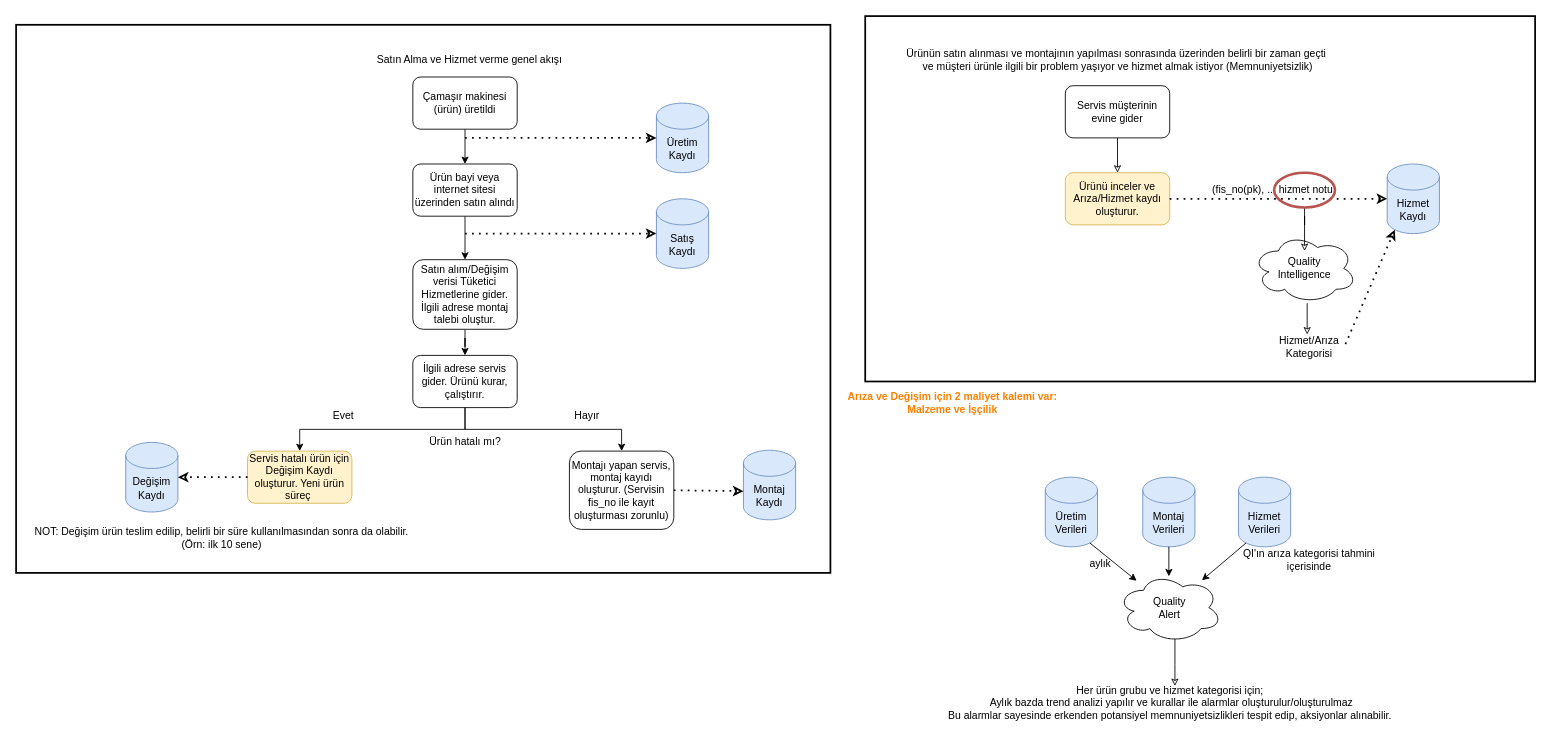
EgehanEralp/diagrams keeps this draw.io diagram as qualityAlert_BusinessImpactAnalysis.drawio. Above is the earlier version. Source tidied: cells renumbered, new cells numbered last; positions are measured from the earlier drawing's top-left corner, leaving out a move shared by most shapes. Both pictures are drawn from the tidied source at 87%, with x=0, y=0 at pixel (16, 16).
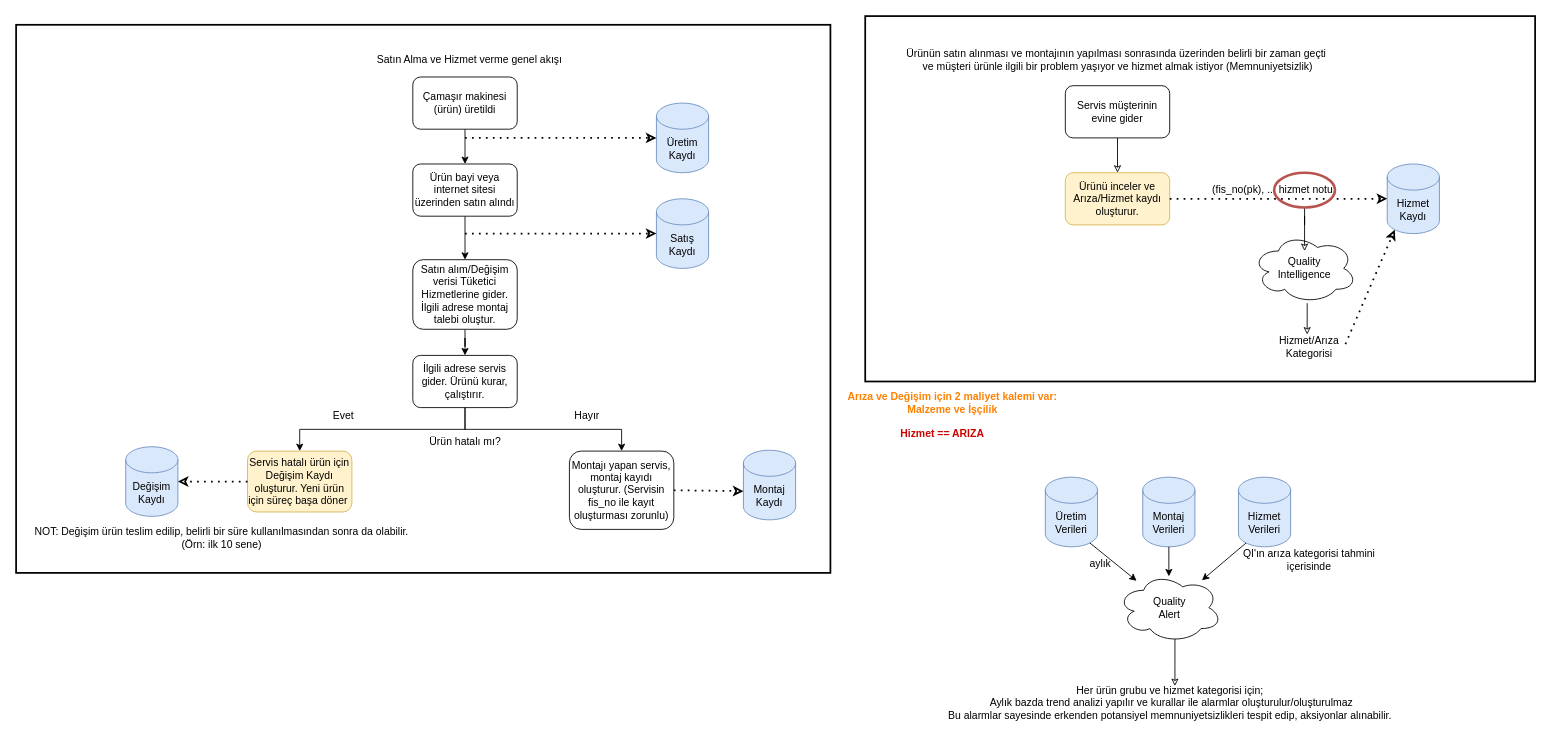
Above is the later version.

Diff of the diagram source:
```diff
@@
-    <mxCell id="13" value="Servis hatalı ürün için Değişim Kaydı oluşturur. Yeni ürün süreç&amp;nbsp;" style="rounded=1;whiteSpace=wrap;html=1;fillColor=#fff2cc;strokeColor=#d6b656;" parent="1" vertex="1">
-      <mxGeometry x="266" y="500" width="120" height="60" as="geometry" />
+    <mxCell id="13" value="Servis hatalı ürün için Değişim Kaydı oluşturur. Yeni ürün için süreç başa döner&amp;nbsp;" style="rounded=1;whiteSpace=wrap;html=1;fillColor=#fff2cc;strokeColor=#d6b656;" parent="1" vertex="1">
+      <mxGeometry x="266" y="500" width="120" height="70" as="geometry" />
     </mxCell>
@@
     <mxCell id="25" value="Değişim Kaydı" style="shape=cylinder3;whiteSpace=wrap;html=1;boundedLbl=1;backgroundOutline=1;size=15;fillColor=#dae8fc;strokeColor=#6c8ebf;" parent="1" vertex="1">
-      <mxGeometry x="126" y="490" width="60" height="80" as="geometry" />
+      <mxGeometry x="126" y="495" width="60" height="80" as="geometry" />
     </mxCell>
@@
+    <mxCell id="53" value="&lt;font color=&quot;#cc0000&quot;&gt;&lt;b&gt;Hizmet == ARIZA&amp;nbsp;&lt;/b&gt;&lt;/font&gt;" style="text;html=1;align=center;verticalAlign=middle;strokeColor=none;fillColor=none;fontColor=#000000;" parent="1" vertex="1">
+      <mxGeometry x="1011" y="470" width="110" height="20" as="geometry" />
+    </mxCell>
```
